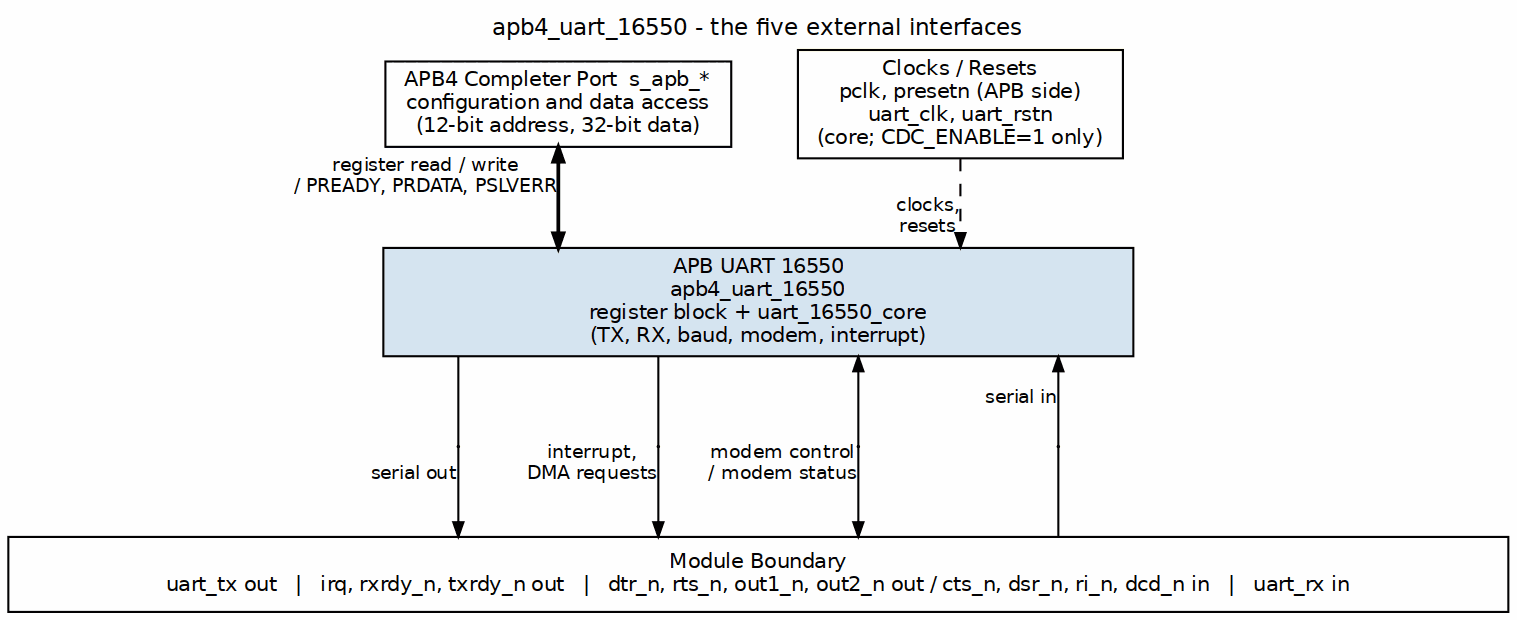
Above: projects/components/legacy-ip/retro_legacy_blocks/docs/uart_16550_mas/assets/graphviz/uart_interfaces.png in sean-galloway/RTLDesignSherpa (Graphviz), before the change. Its source is kept beside it as projects/components/legacy-ip/retro_legacy_blocks/docs/uart_16550_mas/assets/graphviz/uart_interfaces.dot. The source it was exported from:
```dot
digraph uart_interfaces {
    graph [rankdir=TB, bgcolor="white", fontname="Helvetica", fontsize=11,
           nodesep="0.45", ranksep="0.60", splines=ortho, newrank=true,
           label="apb4_uart_16550 - the five external interfaces", labelloc=t, labeljust=c];
    node  [fontname="Helvetica", fontsize=10, shape=box, style=filled,
           fillcolor="#D6E4F0", color="black", margin="0.12,0.06"];
    edge  [fontname="Helvetica", fontsize=9, color="black", arrowsize=0.7];
    apb [label="APB4 Completer Port  s_apb_*\nconfiguration and data access\n(12-bit address, 32-bit data)", fillcolor="white"];
    clk [label="Clocks / Resets\npclk, presetn (APB side)\nuart_clk, uart_rstn\n(core; CDC_ENABLE=1 only)", fillcolor="white"];
    top [label="APB UART 16550\napb4_uart_16550\nregister block + uart_16550_core\n(TX, RX, baud, modem, interrupt)", width=5.0];
    bar [label="Module Boundary\nuart_tx out   |   irq, rxrdy_n, txrdy_n out   |   dtr_n, rts_n, out1_n, out2_n out / cts_n, dsr_n, ri_n, dcd_n in   |   uart_rx in",
         fillcolor="white", width=10.0];
    apb -> top [dir=both, penwidth=1.8, xlabel="register read / write\n/ PREADY, PRDATA, PSLVERR"];
    clk -> top [style=dashed, xlabel="clocks,\nresets"];
    p_tx [shape=point, width=0.01]; p_irq [shape=point, width=0.01];
    p_md [shape=point, width=0.01]; p_rx [shape=point, width=0.01];
    top -> p_tx [arrowhead=none, headclip=false];
    p_tx -> bar [xlabel="serial out", tailclip=false];
    top -> p_irq [arrowhead=none, headclip=false];
    p_irq -> bar [xlabel="interrupt,\nDMA requests", tailclip=false];
    top -> p_md [dir=back, headclip=false];
    p_md -> bar [xlabel="modem control\n/ modem status", tailclip=false];
    top -> p_rx [dir=back, headclip=false, xlabel="serial in"];
    p_rx -> bar [dir=none, tailclip=false];
    { rank=same; apb; clk; }
    { rank=same; p_tx; p_irq; p_md; p_rx; }
    p_tx -> p_irq -> p_md -> p_rx [style=invis, minlen=3];
}
```
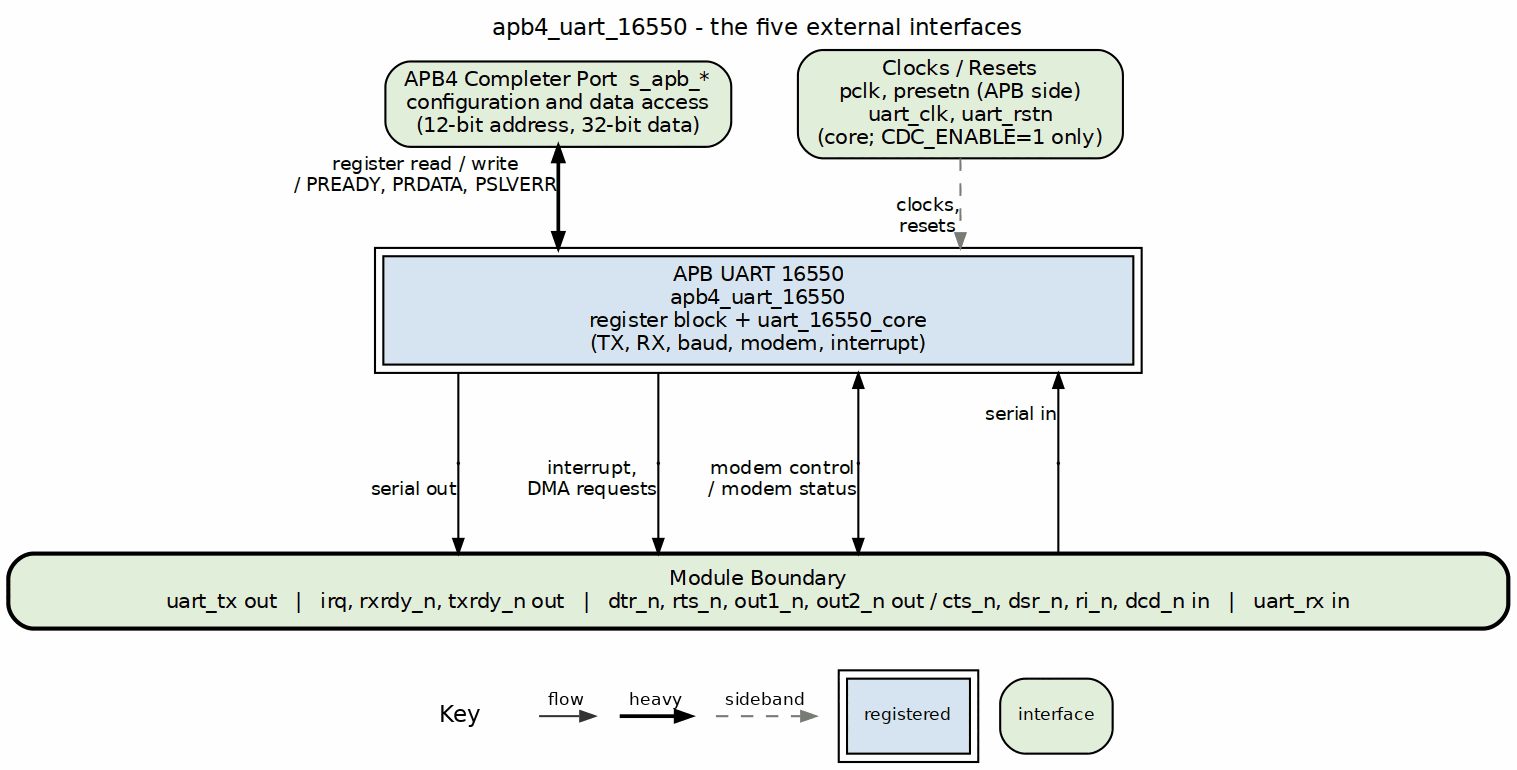
After the commit.

The edit, as a diff of the source:
```diff
@@ -3,15 +3,15 @@
            nodesep="0.45", ranksep="0.60", splines=ortho, newrank=true,
            label="apb4_uart_16550 - the five external interfaces", labelloc=t, labeljust=c];
     node  [fontname="Helvetica", fontsize=10, shape=box, style=filled,
-           fillcolor="#D6E4F0", color="black", margin="0.12,0.06"];
+           fillcolor="white", color="black", margin="0.12,0.06"];
     edge  [fontname="Helvetica", fontsize=9, color="black", arrowsize=0.7];
-    apb [label="APB4 Completer Port  s_apb_*\nconfiguration and data access\n(12-bit address, 32-bit data)", fillcolor="white"];
-    clk [label="Clocks / Resets\npclk, presetn (APB side)\nuart_clk, uart_rstn\n(core; CDC_ENABLE=1 only)", fillcolor="white"];
-    top [label="APB UART 16550\napb4_uart_16550\nregister block + uart_16550_core\n(TX, RX, baud, modem, interrupt)", width=5.0];
+    apb [label="APB4 Completer Port  s_apb_*\nconfiguration and data access\n(12-bit address, 32-bit data)", fillcolor="white", style="rounded,filled", fillcolor="#E2EFDA"];
+    clk [label="Clocks / Resets\npclk, presetn (APB side)\nuart_clk, uart_rstn\n(core; CDC_ENABLE=1 only)", fillcolor="white", style="rounded,filled", fillcolor="#E2EFDA"];
+    top [label="APB UART 16550\napb4_uart_16550\nregister block + uart_16550_core\n(TX, RX, baud, modem, interrupt)", width=5.0, peripheries=2, style="filled", fillcolor="#D6E4F0"];
     bar [label="Module Boundary\nuart_tx out   |   irq, rxrdy_n, txrdy_n out   |   dtr_n, rts_n, out1_n, out2_n out / cts_n, dsr_n, ri_n, dcd_n in   |   uart_rx in",
-         fillcolor="white", width=10.0];
+         fillcolor="white", width=10.0, style="rounded,filled,bold", fillcolor="#E2EFDA"];
     apb -> top [dir=both, penwidth=1.8, xlabel="register read / write\n/ PREADY, PRDATA, PSLVERR"];
-    clk -> top [style=dashed, xlabel="clocks,\nresets"];
+    clk -> top [style=dashed, color="#777777", xlabel="clocks,\nresets"];
     p_tx [shape=point, width=0.01]; p_irq [shape=point, width=0.01];
     p_md [shape=point, width=0.01]; p_rx [shape=point, width=0.01];
     top -> p_tx [arrowhead=none, headclip=false];
```
